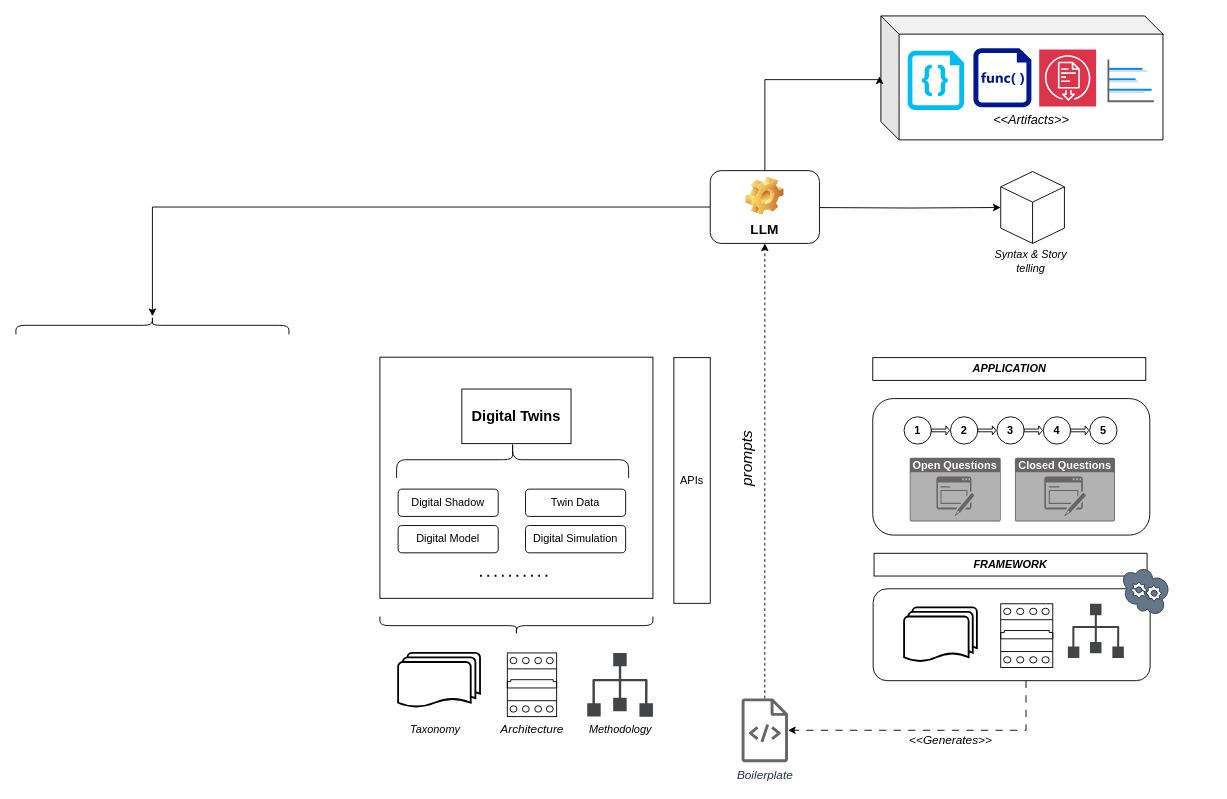
scrodrig/Diagrams keeps this draw.io diagram as drawio/mams/dd-twins/DDTwins_Architecture.drawio. Above is the earlier version. Source tidied: cells renumbered, new cells numbered last; positions are measured from the earlier drawing's top-left corner, leaving out a move shared by most shapes. Both pictures are drawn from the tidied source at 91%, with x=0, y=0 at pixel (143, 15).
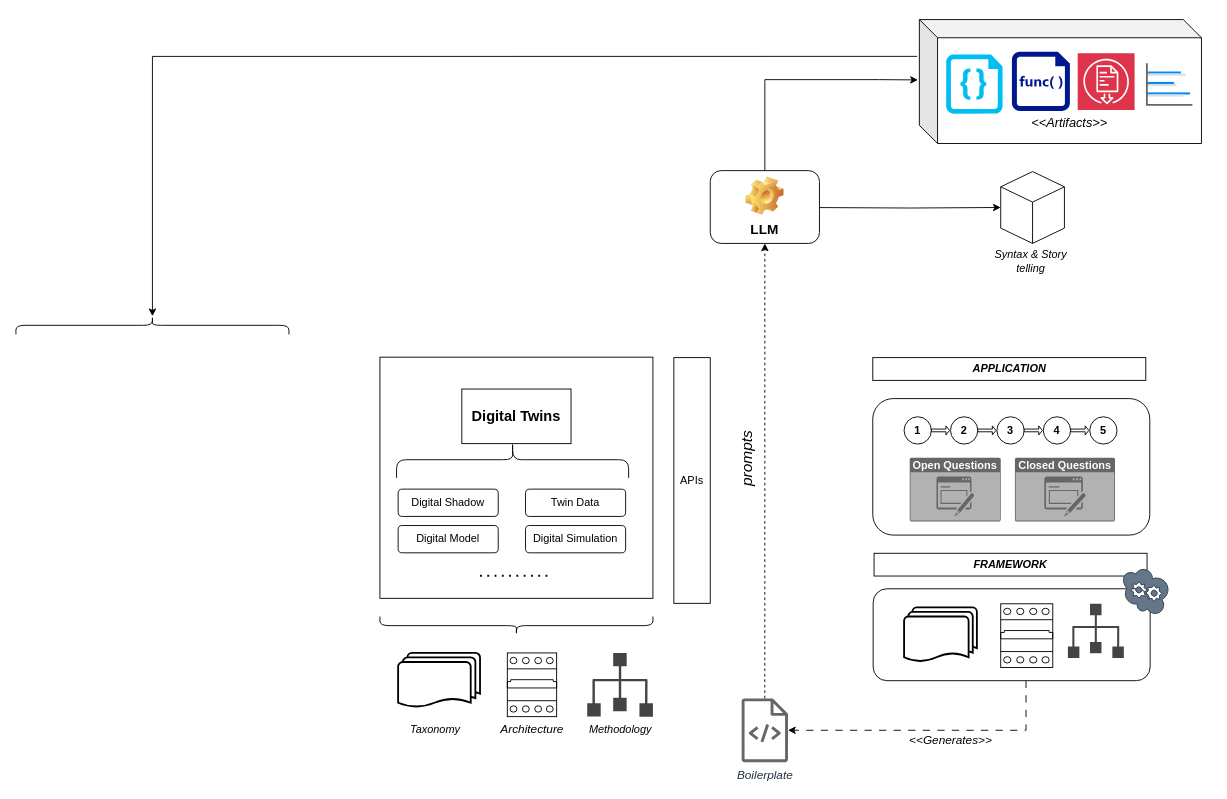
The same page after the edit.

The change refers to these unchanged cells:
```xml
<mxCell id="16" value="&lt;font style=&quot;font-size: 15px;&quot;&gt;LLM&lt;/font&gt;" style="label;whiteSpace=wrap;html=1;align=center;verticalAlign=bottom;spacingLeft=0;spacingBottom=4;imageAlign=center;imageVerticalAlign=top;image=img/clipart/Gear_128x128.png;" parent="1" vertex="1">
  <mxGeometry x="623" y="170" width="120" height="80" as="geometry" />
</mxCell>
<mxCell id="47" value="&lt;i&gt;&lt;br&gt;&lt;br&gt;&lt;br&gt;&lt;br&gt;&lt;br&gt;&lt;font style=&quot;font-size: 14px;&quot;&gt;&amp;lt;&amp;lt;Artifacts&amp;gt;&amp;gt;&lt;/font&gt;&lt;/i&gt;" style="shape=cube;whiteSpace=wrap;html=1;boundedLbl=1;backgroundOutline=1;darkOpacity=0.05;darkOpacity2=0.1;" parent="46" vertex="1">
  <mxGeometry width="310" height="136.2" as="geometry" />
</mxCell>
<mxCell id="54" style="shape=curlyBracket;whiteSpace=wrap;html=1;rounded=1;flipH=1;labelPosition=right;verticalLabelPosition=middle;align=left;verticalAlign=middle;rotation=-90;size=0.5;" parent="1" vertex="1">
  <mxGeometry y="190" width="20" height="300" as="geometry" />
</mxCell>
```

Change to the diagram source:
```diff
@@
-    <mxCell id="15" style="edgeStyle=orthogonalEdgeStyle;rounded=0;jettySize=auto;html=1;" parent="1" edge="1" source="16" target="54">
+    <mxCell id="15" style="edgeStyle=orthogonalEdgeStyle;rounded=0;jettySize=auto;html=1;exitX=-0.008;exitY=0.297;exitDx=0;exitDy=0;exitPerimeter=0;" parent="1" edge="1" source="47" target="54">
       <mxGeometry relative="1" as="geometry" />
     </mxCell>
@@
     <mxCell id="46" style="group;" parent="1" vertex="1">
-      <mxGeometry x="810.5" width="320" height="136.2" as="geometry" />
+      <mxGeometry x="852.8" y="4" width="320" height="136.2" as="geometry" />
     </mxCell>
```
